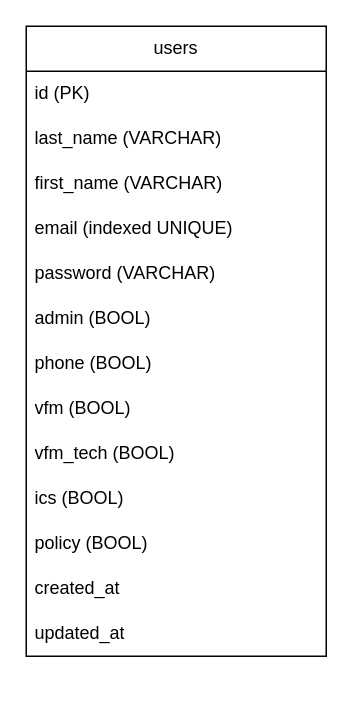
This is page "Users" (1 of 6) of Database Design.drawio from masterofpi11436/rrjweb, a draw.io file, before an edit. Source tidied: cells renumbered, new cells numbered last; positions are measured from the earlier drawing's top-left corner, leaving out a move shared by most shapes. Both pictures are drawn from the tidied source at 150%, with x=0, y=0 at pixel (26, 26).
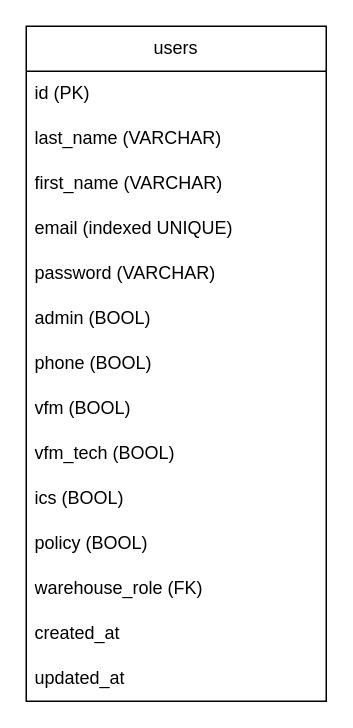
The same page after the edit.

The edit, as a diff of the source:
```diff
@@
 <mxGraphModel>
   <root>
     <mxCell id="0" />
     <mxCell id="1" parent="0" />
     <mxCell id="2" value="users" style="swimlane;fontStyle=0;horizontal=1;startSize=30;whiteSpace=wrap;html=1;" parent="1" vertex="1">
-      <mxGeometry width="200" height="420" as="geometry" />
+      <mxGeometry width="200" height="450" as="geometry" />
     </mxCell>
     <mxCell id="3" value="id (PK)" style="text;strokeColor=none;fillColor=none;align=left;verticalAlign=middle;spacingLeft=4;spacingRight=4;overflow=hidden;whiteSpace=wrap;html=1;" parent="2" vertex="1">
       <mxGeometry y="30" width="200" height="30" as="geometry" />
     </mxCell>
     <mxCell id="4" value="last_name (VARCHAR)" style="text;strokeColor=none;fillColor=none;align=left;verticalAlign=middle;spacingLeft=4;spacingRight=4;overflow=hidden;whiteSpace=wrap;html=1;" parent="2" vertex="1">
       <mxGeometry y="60" width="200" height="30" as="geometry" />
     </mxCell>
     <mxCell id="5" value="first_name (VARCHAR)" style="text;strokeColor=none;fillColor=none;align=left;verticalAlign=middle;spacingLeft=4;spacingRight=4;overflow=hidden;whiteSpace=wrap;" parent="2" vertex="1">
       <mxGeometry y="90" width="200" height="30" as="geometry" />
     </mxCell>
     <mxCell id="6" value="email (indexed UNIQUE)" style="text;strokeColor=none;fillColor=none;align=left;verticalAlign=middle;spacingLeft=4;spacingRight=4;overflow=hidden;whiteSpace=wrap;html=1;" parent="2" vertex="1">
       <mxGeometry y="120" width="200" height="30" as="geometry" />
     </mxCell>
     <mxCell id="7" value="password (VARCHAR)" style="text;strokeColor=none;fillColor=none;align=left;verticalAlign=middle;spacingLeft=4;spacingRight=4;overflow=hidden;whiteSpace=wrap;html=1;" parent="2" vertex="1">
       <mxGeometry y="150" width="200" height="30" as="geometry" />
     </mxCell>
     <mxCell id="8" value="admin (BOOL)" style="text;strokeColor=none;fillColor=none;align=left;verticalAlign=middle;spacingLeft=4;spacingRight=4;overflow=hidden;whiteSpace=wrap;html=1;" parent="2" vertex="1">
       <mxGeometry y="180" width="200" height="30" as="geometry" />
     </mxCell>
     <mxCell id="9" value="phone (BOOL)" style="text;strokeColor=none;fillColor=none;align=left;verticalAlign=middle;spacingLeft=4;spacingRight=4;overflow=hidden;whiteSpace=wrap;fontColor=default;" parent="2" vertex="1">
       <mxGeometry y="210" width="200" height="30" as="geometry" />
     </mxCell>
     <mxCell id="10" value="vfm (BOOL)" style="text;strokeColor=none;fillColor=none;align=left;verticalAlign=middle;spacingLeft=4;spacingRight=4;overflow=hidden;whiteSpace=wrap;fontColor=default;" parent="2" vertex="1">
       <mxGeometry y="240" width="200" height="30" as="geometry" />
     </mxCell>
     <mxCell id="11" value="vfm_tech (BOOL)" style="text;strokeColor=none;fillColor=none;align=left;verticalAlign=middle;spacingLeft=4;spacingRight=4;overflow=hidden;whiteSpace=wrap;fontColor=default;" parent="2" vertex="1">
       <mxGeometry y="270" width="200" height="30" as="geometry" />
     </mxCell>
     <mxCell id="12" value="ics (BOOL)" style="text;strokeColor=none;fillColor=none;align=left;verticalAlign=middle;spacingLeft=4;spacingRight=4;overflow=hidden;whiteSpace=wrap;fontColor=default;" parent="2" vertex="1">
       <mxGeometry y="300" width="200" height="30" as="geometry" />
     </mxCell>
     <mxCell id="13" value="policy (BOOL)" style="text;strokeColor=none;fillColor=none;align=left;verticalAlign=middle;spacingLeft=4;spacingRight=4;overflow=hidden;whiteSpace=wrap;fontColor=default;" parent="2" vertex="1">
       <mxGeometry y="330" width="200" height="30" as="geometry" />
     </mxCell>
+    <mxCell id="16" value="warehouse_role (FK)" style="text;strokeColor=none;fillColor=none;align=left;verticalAlign=middle;spacingLeft=4;spacingRight=4;overflow=hidden;whiteSpace=wrap;fontColor=default;" parent="2" vertex="1">
+      <mxGeometry y="360" width="200" height="30" as="geometry" />
+    </mxCell>
     <mxCell id="14" value="created_at" style="text;strokeColor=none;fillColor=none;align=left;verticalAlign=middle;spacingLeft=4;spacingRight=4;overflow=hidden;whiteSpace=wrap;fontColor=default;" parent="2" vertex="1">
-      <mxGeometry y="360" width="200" height="30" as="geometry" />
+      <mxGeometry y="390" width="200" height="30" as="geometry" />
     </mxCell>
     <mxCell id="15" value="updated_at" style="text;strokeColor=none;fillColor=none;align=left;verticalAlign=middle;spacingLeft=4;spacingRight=4;overflow=hidden;whiteSpace=wrap;fontColor=default;" parent="2" vertex="1">
-      <mxGeometry y="390" width="200" height="30" as="geometry" />
+      <mxGeometry y="420" width="200" height="30" as="geometry" />
     </mxCell>
   </root>
 </mxGraphModel>
```
